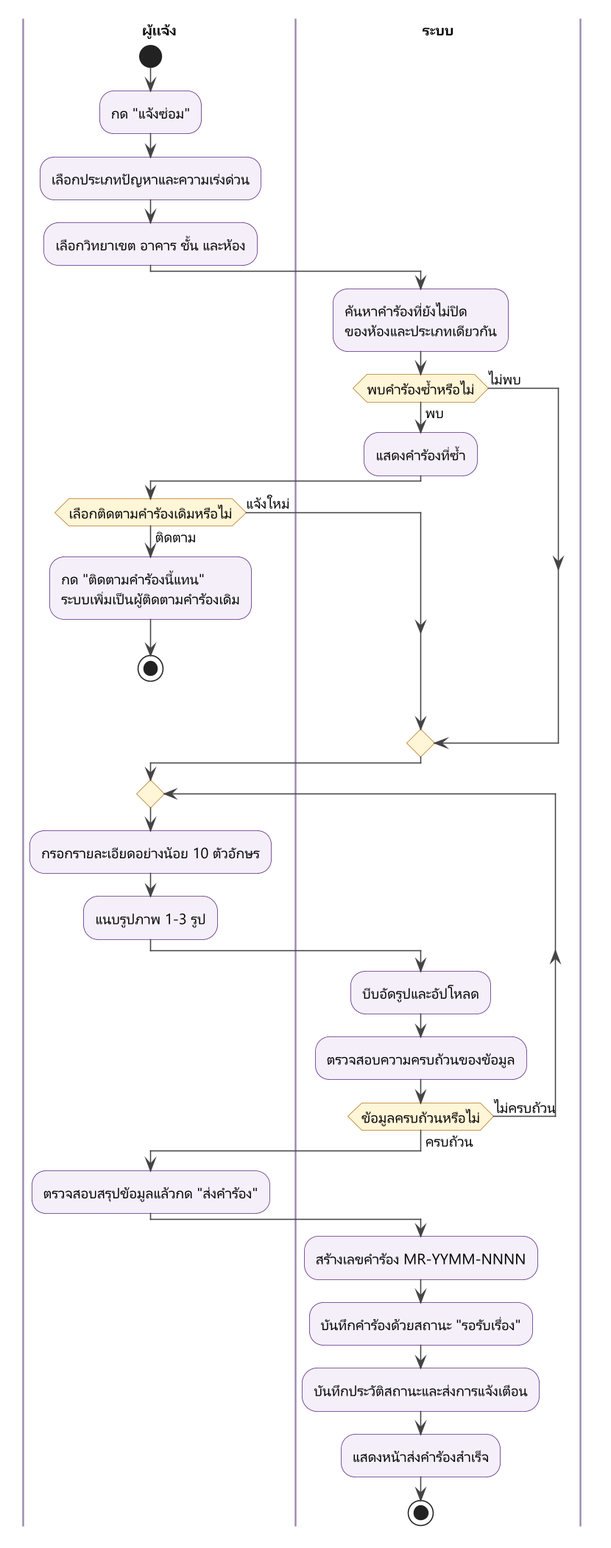
Earlier version of the PlantUML export report/out/diagrams/activity-submit.png (Nexzerf/SmartCMUMaintenanceSystem).
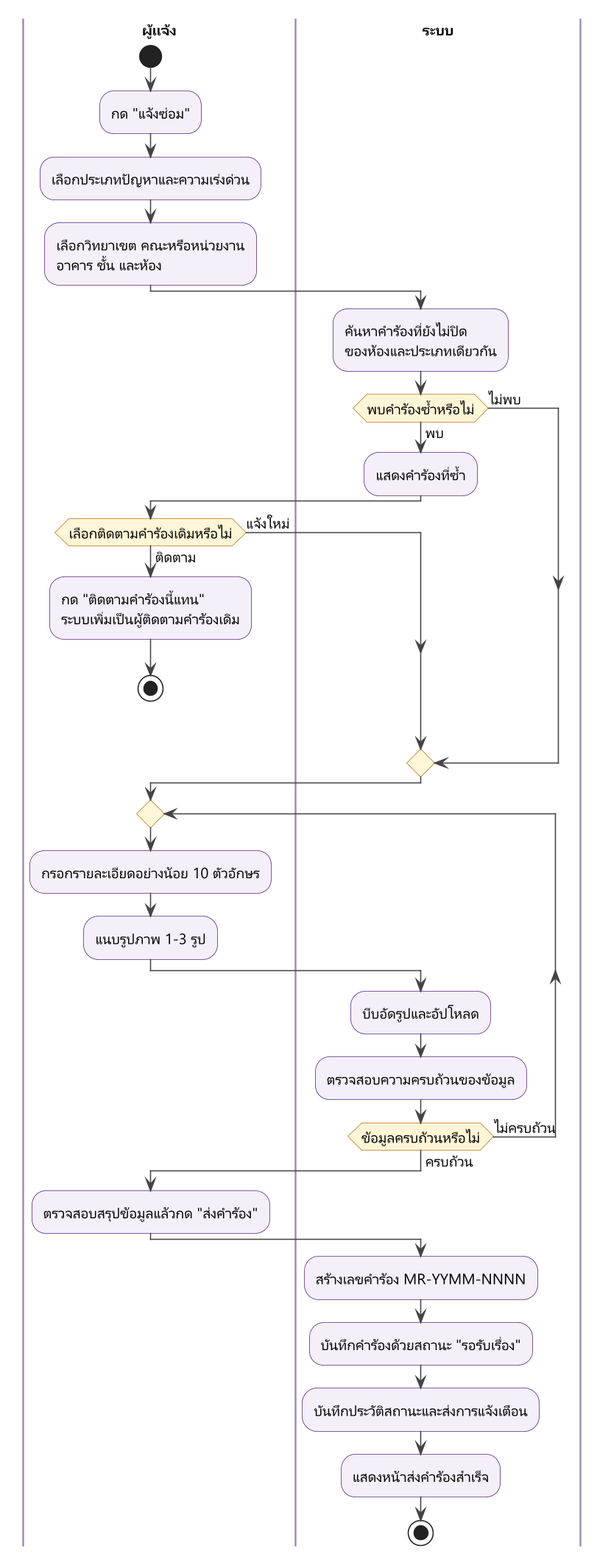
The same diagram one commit later.

The edit, as a diff of the source:
```diff
@@ -5,7 +5,8 @@
 start
 :กด "แจ้งซ่อม";
 :เลือกประเภทปัญหาและความเร่งด่วน;
-:เลือกวิทยาเขต อาคาร ชั้น และห้อง;
+:เลือกวิทยาเขต คณะหรือหน่วยงาน
+อาคาร ชั้น และห้อง;
 |ระบบ|
 :ค้นหาคำร้องที่ยังไม่ปิด
 ของห้องและประเภทเดียวกัน;
```
